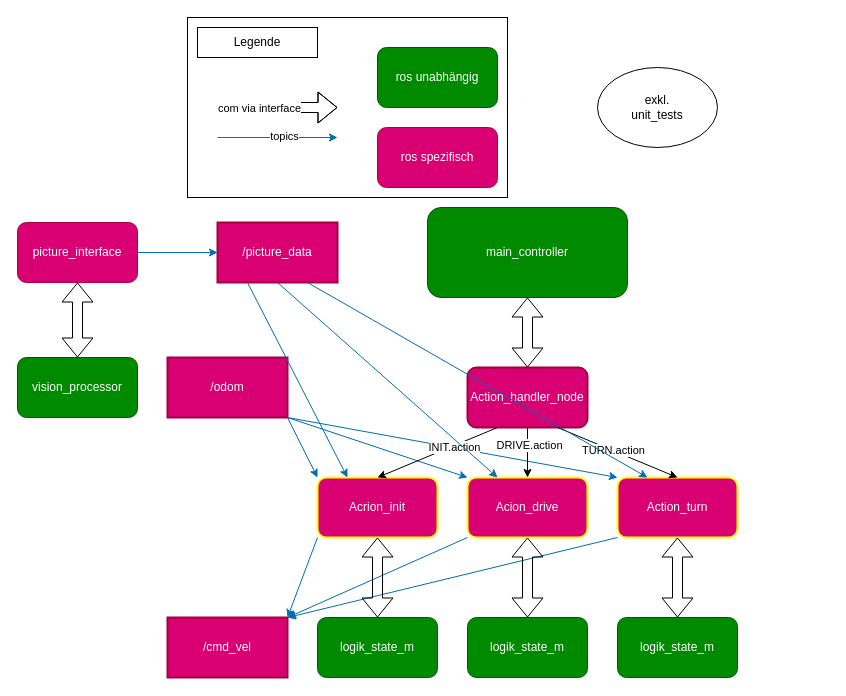
The draw.io diagram page "Seite-1" (1 of 2) of misc/archv1.drawio in derlole/MURI, before the edit. Source tidied: cells renumbered, new cells numbered last; positions are measured from the earlier drawing's top-left corner, leaving out a move shared by most shapes. Both pictures are drawn from the tidied source at 100%, with x=0, y=0 at pixel (17, 17).
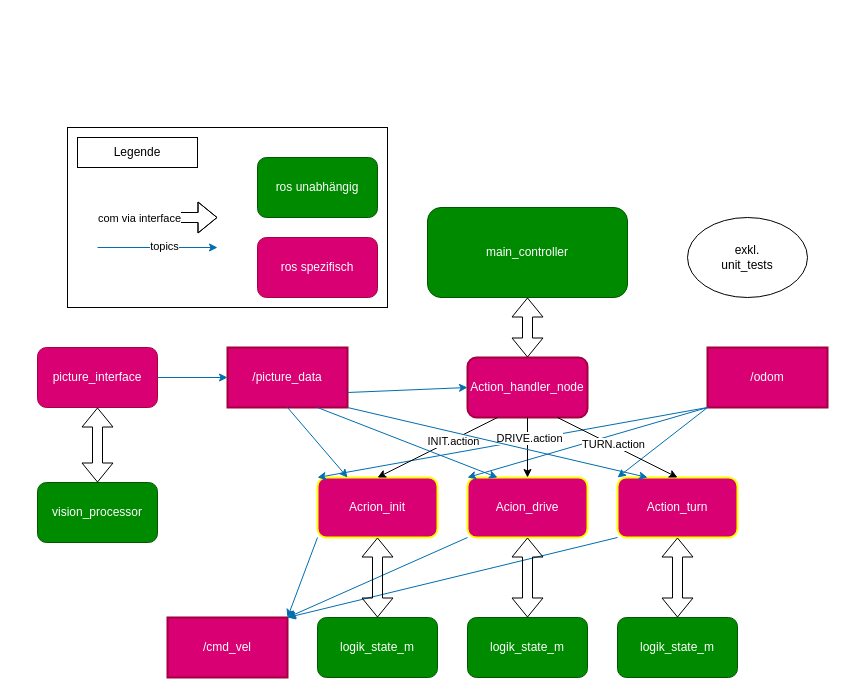
The same diagram, later.

Unchanged cells that the change refers to:
```xml
<mxCell id="4" value="Acion_drive" style="rounded=1;whiteSpace=wrap;html=1;fillColor=#d80073;fontColor=#ffffff;strokeColor=#FFFF00;strokeWidth=2;" parent="1" vertex="1">
  <mxGeometry x="450" y="460" width="120" height="60" as="geometry" />
</mxCell>
<mxCell id="5" value="Acrion_init" style="rounded=1;whiteSpace=wrap;html=1;fillColor=#d80073;fontColor=#ffffff;strokeColor=#FFFF00;strokeWidth=2;" parent="1" vertex="1">
  <mxGeometry x="300" y="460" width="120" height="60" as="geometry" />
</mxCell>
<mxCell id="6" value="Action_turn" style="rounded=1;whiteSpace=wrap;html=1;fillColor=#d80073;fontColor=#ffffff;strokeColor=#FFFF00;strokeWidth=2;" parent="1" vertex="1">
  <mxGeometry x="600" y="460" width="120" height="60" as="geometry" />
</mxCell>
```

Change to the diagram source:
```diff
@@
     <mxCell id="3" value="picture_interface" style="rounded=1;whiteSpace=wrap;html=1;fillColor=#d80073;fontColor=#ffffff;strokeColor=#A50040;" parent="1" vertex="1">
-      <mxGeometry y="205" width="120" height="60" as="geometry" />
+      <mxGeometry x="20" y="330" width="120" height="60" as="geometry" />
     </mxCell>
@@
     <mxCell id="8" value="/odom" style="rounded=0;whiteSpace=wrap;html=1;fillColor=#d80073;fontColor=#ffffff;strokeColor=light-dark(#A50040, #00eeff);strokeWidth=2;" parent="1" vertex="1">
-      <mxGeometry x="150" y="340" width="120" height="60" as="geometry" />
+      <mxGeometry x="690" y="330" width="120" height="60" as="geometry" />
     </mxCell>
@@
-    <mxCell id="12" style="endArrow=classic;html=1;rounded=0;exitX=1;exitY=1;exitDx=0;exitDy=0;entryX=0;entryY=0;entryDx=0;entryDy=0;fillColor=#1ba1e2;strokeColor=#006EAF;" parent="1" edge="1" source="8" target="4">
+    <mxCell id="12" style="endArrow=classic;html=1;rounded=0;exitX=0;exitY=1;exitDx=0;exitDy=0;entryX=0;entryY=0;entryDx=0;entryDy=0;fillColor=#1ba1e2;strokeColor=#006EAF;" parent="1" edge="1" source="8" target="4">
       <mxGeometry relative="1" as="geometry" />
     </mxCell>
-    <mxCell id="13" style="endArrow=classic;html=1;rounded=0;exitX=1;exitY=1;exitDx=0;exitDy=0;entryX=0;entryY=0;entryDx=0;entryDy=0;fillColor=#1ba1e2;strokeColor=#006EAF;" parent="1" edge="1" source="8" target="5">
+    <mxCell id="13" style="endArrow=classic;html=1;rounded=0;exitX=0;exitY=1;exitDx=0;exitDy=0;entryX=0;entryY=0;entryDx=0;entryDy=0;fillColor=#1ba1e2;strokeColor=#006EAF;" parent="1" edge="1" source="8" target="5">
       <mxGeometry relative="1" as="geometry" />
     </mxCell>
-    <mxCell id="14" style="endArrow=classic;html=1;rounded=0;exitX=1;exitY=1;exitDx=0;exitDy=0;entryX=0;entryY=0;entryDx=0;entryDy=0;fillColor=#1ba1e2;strokeColor=#006EAF;" parent="1" edge="1" source="8" target="6">
+    <mxCell id="14" style="endArrow=classic;html=1;rounded=0;exitX=0;exitY=1;exitDx=0;exitDy=0;entryX=0;entryY=0;entryDx=0;entryDy=0;fillColor=#1ba1e2;strokeColor=#006EAF;" parent="1" edge="1" source="8" target="6">
       <mxGeometry relative="1" as="geometry" />
     </mxCell>
     <mxCell id="15" style="shape=flexArrow;endArrow=classic;html=1;rounded=0;" parent="1" edge="1">
       <mxGeometry relative="1" as="geometry">
-        <mxPoint x="210" y="90" as="sourcePoint" />
-        <mxPoint x="320" y="90" as="targetPoint" />
+        <mxPoint x="90" y="200" as="sourcePoint" />
+        <mxPoint x="200" y="200" as="targetPoint" />
         <Array as="points">
-          <mxPoint x="240" y="90" />
-          <mxPoint x="270" y="90" />
+          <mxPoint x="120" y="200" />
+          <mxPoint x="150" y="200" />
         </Array>
       </mxGeometry>
     </mxCell>
@@
     <mxCell id="17" value="vision_processor" style="rounded=1;whiteSpace=wrap;html=1;fillColor=#008a00;fontColor=#ffffff;strokeColor=#005700;" parent="1" vertex="1">
-      <mxGeometry y="340" width="120" height="60" as="geometry" />
+      <mxGeometry x="20" y="465" width="120" height="60" as="geometry" />
     </mxCell>
@@
     <mxCell id="25" value="exkl.&lt;div&gt;unit_tests&lt;/div&gt;" style="ellipse;whiteSpace=wrap;html=1;" parent="1" vertex="1">
-      <mxGeometry x="580" y="50" width="120" height="80" as="geometry" />
+      <mxGeometry x="670" y="200" width="120" height="80" as="geometry" />
     </mxCell>
     <mxCell id="26" style="endArrow=classic;html=1;rounded=0;fillColor=#1ba1e2;strokeColor=#006EAF;" parent="1" edge="1">
       <mxGeometry relative="1" as="geometry">
-        <mxPoint x="200" y="120" as="sourcePoint" />
-        <mxPoint x="320" y="120" as="targetPoint" />
+        <mxPoint x="80" y="230" as="sourcePoint" />
+        <mxPoint x="200" y="230" as="targetPoint" />
       </mxGeometry>
     </mxCell>
@@
     <mxCell id="28" value="ros spezifisch" style="rounded=1;whiteSpace=wrap;html=1;fillColor=#d80073;fontColor=#ffffff;strokeColor=#A50040;" parent="1" vertex="1">
-      <mxGeometry x="360" y="110" width="120" height="60" as="geometry" />
+      <mxGeometry x="240" y="220" width="120" height="60" as="geometry" />
     </mxCell>
     <mxCell id="29" value="ros unabhängig" style="rounded=1;whiteSpace=wrap;html=1;fillColor=#008a00;fontColor=#ffffff;strokeColor=#005700;" parent="1" vertex="1">
-      <mxGeometry x="360" y="30" width="120" height="60" as="geometry" />
+      <mxGeometry x="240" y="140" width="120" height="60" as="geometry" />
     </mxCell>
     <mxCell id="30" value="Action_handler_node" style="rounded=1;whiteSpace=wrap;html=1;fillColor=#d80073;fontColor=#ffffff;strokeColor=light-dark(#A50040, #1300a3);strokeWidth=2;" parent="1" vertex="1">
-      <mxGeometry x="450" y="350" width="120" height="60" as="geometry" />
+      <mxGeometry x="450" y="340" width="120" height="60" as="geometry" />
     </mxCell>
@@
     <mxCell id="38" style="rounded=0;whiteSpace=wrap;html=1;fillColor=none;" parent="1" vertex="1">
-      <mxGeometry x="170" width="320" height="180" as="geometry" />
+      <mxGeometry x="50" y="110" width="320" height="180" as="geometry" />
     </mxCell>
     <mxCell id="39" value="Legende" style="rounded=0;whiteSpace=wrap;html=1;" parent="1" vertex="1">
-      <mxGeometry x="180" y="10" width="120" height="30" as="geometry" />
+      <mxGeometry x="60" y="120" width="120" height="30" as="geometry" />
     </mxCell>
@@
     <mxCell id="41" value="/picture_data" style="rounded=0;whiteSpace=wrap;html=1;fillColor=#d80073;fontColor=#ffffff;strokeColor=light-dark(#A50040, #00eeff);strokeWidth=2;" parent="1" vertex="1">
-      <mxGeometry x="200" y="205" width="120" height="60" as="geometry" />
+      <mxGeometry x="210" y="330" width="120" height="60" as="geometry" />
     </mxCell>
@@
-    <mxCell id="43" style="endArrow=classic;html=1;rounded=0;exitX=0.25;exitY=1;exitDx=0;exitDy=0;fillColor=#1ba1e2;strokeColor=#006EAF;entryX=0.25;entryY=0;entryDx=0;entryDy=0;" parent="1" edge="1" source="41" target="5">
+    <mxCell id="43" style="endArrow=classic;html=1;rounded=0;exitX=0.5;exitY=1;exitDx=0;exitDy=0;fillColor=#1ba1e2;strokeColor=#006EAF;entryX=0.25;entryY=0;entryDx=0;entryDy=0;" parent="1" edge="1" source="41" target="5">
       <mxGeometry relative="1" as="geometry" />
     </mxCell>
-    <mxCell id="44" style="endArrow=classic;html=1;rounded=0;exitX=0.5;exitY=1;exitDx=0;exitDy=0;fillColor=#1ba1e2;strokeColor=#006EAF;entryX=0.25;entryY=0;entryDx=0;entryDy=0;" parent="1" edge="1" source="41" target="4">
+    <mxCell id="44" style="endArrow=classic;html=1;rounded=0;exitX=0.75;exitY=1;exitDx=0;exitDy=0;fillColor=#1ba1e2;strokeColor=#006EAF;entryX=0.25;entryY=0;entryDx=0;entryDy=0;" parent="1" edge="1" source="41" target="4">
       <mxGeometry relative="1" as="geometry" />
     </mxCell>
-    <mxCell id="45" style="endArrow=classic;html=1;rounded=0;exitX=0.75;exitY=1;exitDx=0;exitDy=0;fillColor=#1ba1e2;strokeColor=#006EAF;entryX=0.25;entryY=0;entryDx=0;entryDy=0;" parent="1" edge="1" source="41" target="6">
+    <mxCell id="45" style="endArrow=classic;html=1;rounded=0;exitX=1;exitY=1;exitDx=0;exitDy=0;fillColor=#1ba1e2;strokeColor=#006EAF;entryX=0.25;entryY=0;entryDx=0;entryDy=0;" parent="1" edge="1" source="41" target="6">
       <mxGeometry relative="1" as="geometry" />
     </mxCell>
+    <mxCell id="46" style="endArrow=classic;html=1;rounded=0;exitX=1;exitY=0.75;exitDx=0;exitDy=0;fillColor=#1ba1e2;strokeColor=#006EAF;entryX=0;entryY=0.5;entryDx=0;entryDy=0;" parent="1" edge="1" source="41" target="30">
+      <mxGeometry relative="1" as="geometry" />
+    </mxCell>
```
